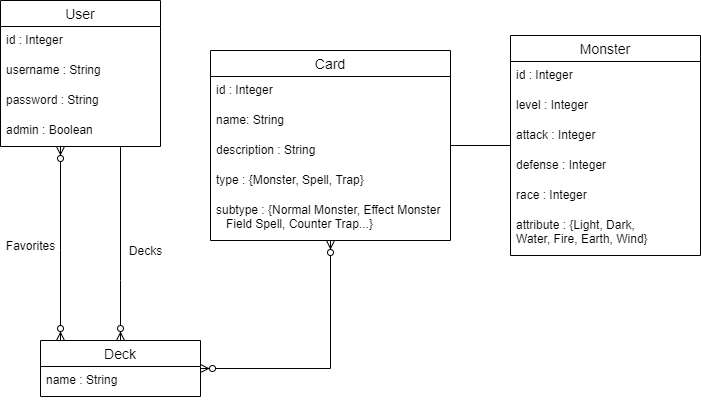
The draw.io diagram Osztalydiagram.png in HammerVivien/fullstack-web, before a commit. Source tidied: cells renumbered, new cells last; positions are measured from the earlier drawing's top-left corner, leaving out a move shared by most shapes. Source of this version:
```xml
<mxGraphModel>
  <root>
    <mxCell id="0" />
    <mxCell id="1" parent="0" />
    <mxCell id="2" style="edgeStyle=orthogonalEdgeStyle;rounded=0;jettySize=auto;html=1;startArrow=none;startFill=0;endArrow=ERzeroToMany;endFill=1;strokeWidth=1;" parent="1" edge="1" source="4" target="16">
      <mxGeometry relative="1" as="geometry">
        <Array as="points">
          <mxPoint x="120" y="280" />
          <mxPoint x="120" y="280" />
        </Array>
      </mxGeometry>
    </mxCell>
    <mxCell id="3" style="edgeStyle=orthogonalEdgeStyle;rounded=0;jettySize=auto;html=1;startArrow=ERzeroToMany;startFill=1;endArrow=ERzeroToMany;endFill=1;strokeWidth=1;" parent="1" edge="1" source="4" target="16">
      <mxGeometry relative="1" as="geometry">
        <Array as="points">
          <mxPoint x="60" y="250" />
          <mxPoint x="60" y="250" />
        </Array>
      </mxGeometry>
    </mxCell>
    <mxCell id="4" value="User" style="swimlane;fontStyle=0;horizontal=1;startSize=26;align=center;fontSize=14;" parent="1" vertex="1">
      <mxGeometry width="160" height="146" as="geometry" />
    </mxCell>
    <mxCell id="5" value="id : Integer" style="text;strokeColor=none;fillColor=none;spacingLeft=4;spacingRight=4;overflow=hidden;fontSize=12;" parent="4" vertex="1">
      <mxGeometry y="26" width="160" height="30" as="geometry" />
    </mxCell>
    <mxCell id="6" value="username : String" style="text;strokeColor=none;fillColor=none;spacingLeft=4;spacingRight=4;overflow=hidden;fontSize=12;" parent="4" vertex="1">
      <mxGeometry y="56" width="160" height="30" as="geometry" />
    </mxCell>
    <mxCell id="7" value="password : String" style="text;strokeColor=none;fillColor=none;spacingLeft=4;spacingRight=4;overflow=hidden;fontSize=12;" parent="4" vertex="1">
      <mxGeometry y="86" width="160" height="30" as="geometry" />
    </mxCell>
    <mxCell id="8" value="admin : Boolean" style="text;strokeColor=none;fillColor=none;spacingLeft=4;spacingRight=4;overflow=hidden;fontSize=12;" parent="4" vertex="1">
      <mxGeometry y="116" width="160" height="30" as="geometry" />
    </mxCell>
    <mxCell id="9" value="Card" style="swimlane;fontStyle=0;horizontal=1;startSize=26;align=center;fontSize=14;" parent="1" vertex="1">
      <mxGeometry x="210" y="50" width="240" height="190" as="geometry" />
    </mxCell>
    <mxCell id="10" value="id : Integer" style="text;strokeColor=none;fillColor=none;spacingLeft=4;spacingRight=4;overflow=hidden;fontSize=12;" parent="9" vertex="1">
      <mxGeometry y="26" width="240" height="30" as="geometry" />
    </mxCell>
    <mxCell id="11" value="name: String" style="text;strokeColor=none;fillColor=none;spacingLeft=4;spacingRight=4;overflow=hidden;fontSize=12;" parent="9" vertex="1">
      <mxGeometry y="56" width="240" height="30" as="geometry" />
    </mxCell>
    <mxCell id="12" value="description : String&#10;" style="text;strokeColor=none;fillColor=none;spacingLeft=4;spacingRight=4;overflow=hidden;fontSize=12;" parent="9" vertex="1">
      <mxGeometry y="86" width="240" height="30" as="geometry" />
    </mxCell>
    <mxCell id="13" value="type : {Monster, Spell, Trap}" style="text;strokeColor=none;fillColor=none;spacingLeft=4;spacingRight=4;overflow=hidden;fontSize=12;" parent="9" vertex="1">
      <mxGeometry y="116" width="240" height="30" as="geometry" />
    </mxCell>
    <mxCell id="14" value="subtype : {Normal Monster, Effect Monster&#10;   Field Spell, Counter Trap...}" style="text;strokeColor=none;fillColor=none;spacingLeft=4;spacingRight=4;overflow=hidden;fontSize=12;" parent="9" vertex="1">
      <mxGeometry y="146" width="240" height="44" as="geometry" />
    </mxCell>
    <mxCell id="15" style="edgeStyle=orthogonalEdgeStyle;rounded=0;jettySize=auto;html=1;endArrow=ERzeroToMany;endFill=1;strokeWidth=1;startArrow=ERzeroToMany;startFill=1;" parent="1" edge="1" source="16" target="9">
      <mxGeometry relative="1" as="geometry" />
    </mxCell>
    <mxCell id="16" value="Deck" style="swimlane;fontStyle=0;horizontal=1;startSize=26;align=center;fontSize=14;" parent="1" vertex="1">
      <mxGeometry x="40" y="340" width="160" height="56" as="geometry" />
    </mxCell>
    <mxCell id="17" value="name : String" style="text;strokeColor=none;fillColor=none;spacingLeft=4;spacingRight=4;overflow=hidden;fontSize=12;" parent="16" vertex="1">
      <mxGeometry y="26" width="160" height="30" as="geometry" />
    </mxCell>
    <mxCell id="18" style="edgeStyle=orthogonalEdgeStyle;rounded=0;jettySize=auto;html=1;endArrow=none;endFill=0;" parent="1" edge="1" source="19" target="9">
      <mxGeometry relative="1" as="geometry" />
    </mxCell>
    <mxCell id="19" value="Monster" style="swimlane;fontStyle=0;horizontal=1;startSize=26;align=center;fontSize=14;" parent="1" vertex="1">
      <mxGeometry x="510" y="35" width="190" height="220" as="geometry" />
    </mxCell>
    <mxCell id="20" value="id : Integer" style="text;strokeColor=none;fillColor=none;spacingLeft=4;spacingRight=4;overflow=hidden;fontSize=12;" parent="19" vertex="1">
      <mxGeometry y="26" width="190" height="30" as="geometry" />
    </mxCell>
    <mxCell id="21" value="level : Integer" style="text;strokeColor=none;fillColor=none;spacingLeft=4;spacingRight=4;overflow=hidden;fontSize=12;" parent="19" vertex="1">
      <mxGeometry y="56" width="190" height="30" as="geometry" />
    </mxCell>
    <mxCell id="22" value="attack : Integer" style="text;strokeColor=none;fillColor=none;spacingLeft=4;spacingRight=4;overflow=hidden;fontSize=12;" parent="19" vertex="1">
      <mxGeometry y="86" width="190" height="30" as="geometry" />
    </mxCell>
    <mxCell id="23" value="defense : Integer" style="text;strokeColor=none;fillColor=none;spacingLeft=4;spacingRight=4;overflow=hidden;fontSize=12;" parent="19" vertex="1">
      <mxGeometry y="116" width="190" height="30" as="geometry" />
    </mxCell>
    <mxCell id="24" value="race : Integer" style="text;strokeColor=none;fillColor=none;spacingLeft=4;spacingRight=4;overflow=hidden;fontSize=12;" parent="19" vertex="1">
      <mxGeometry y="146" width="190" height="30" as="geometry" />
    </mxCell>
    <mxCell id="25" value="attribute : {Light, Dark, &#10;Water, Fire, Earth, Wind}" style="text;strokeColor=none;fillColor=none;spacingLeft=4;spacingRight=4;overflow=hidden;fontSize=12;" parent="19" vertex="1">
      <mxGeometry y="176" width="190" height="44" as="geometry" />
    </mxCell>
    <mxCell id="26" value="Favorites" style="text;html=1;align=center;verticalAlign=middle;" parent="1" vertex="1">
      <mxGeometry y="235" width="60" height="20" as="geometry" />
    </mxCell>
    <mxCell id="27" value="Decks" style="text;html=1;align=center;verticalAlign=middle;" parent="1" vertex="1">
      <mxGeometry x="120" y="240" width="50" height="20" as="geometry" />
    </mxCell>
  </root>
</mxGraphModel>
```
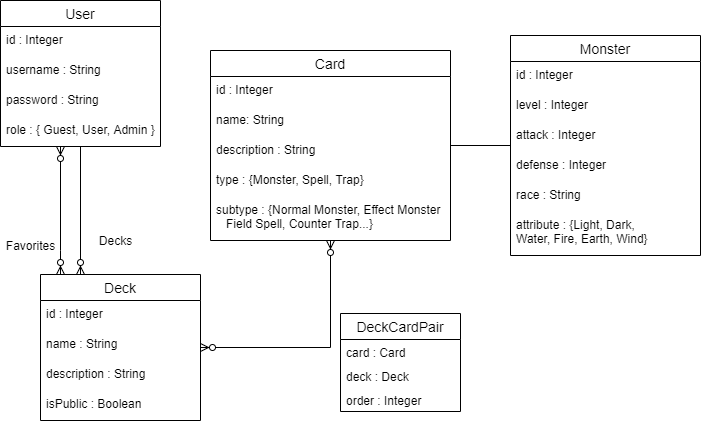
The same diagram one commit later.

Change to the diagram source:
```diff
@@ -30,7 +30,7 @@
     <mxCell id="7" value="password : String" style="text;strokeColor=none;fillColor=none;spacingLeft=4;spacingRight=4;overflow=hidden;fontSize=12;" parent="4" vertex="1">
       <mxGeometry y="86" width="160" height="30" as="geometry" />
     </mxCell>
-    <mxCell id="8" value="admin : Boolean" style="text;strokeColor=none;fillColor=none;spacingLeft=4;spacingRight=4;overflow=hidden;fontSize=12;" parent="4" vertex="1">
+    <mxCell id="8" value="role : { Guest, User, Admin }" style="text;strokeColor=none;fillColor=none;spacingLeft=4;spacingRight=4;overflow=hidden;fontSize=12;" parent="4" vertex="1">
       <mxGeometry y="116" width="160" height="30" as="geometry" />
     </mxCell>
     <mxCell id="9" value="Card" style="swimlane;fontStyle=0;horizontal=1;startSize=26;align=center;fontSize=14;" parent="1" vertex="1">
@@ -55,11 +55,20 @@
       <mxGeometry relative="1" as="geometry" />
     </mxCell>
     <mxCell id="16" value="Deck" style="swimlane;fontStyle=0;horizontal=1;startSize=26;align=center;fontSize=14;" parent="1" vertex="1">
-      <mxGeometry x="40" y="340" width="160" height="56" as="geometry" />
+      <mxGeometry x="40" y="274" width="160" height="146" as="geometry" />
     </mxCell>
+    <mxCell id="28" value="id : Integer" style="text;strokeColor=none;fillColor=none;spacingLeft=4;spacingRight=4;overflow=hidden;fontSize=12;" parent="16" vertex="1">
+      <mxGeometry y="26" width="160" height="30" as="geometry" />
+    </mxCell>
-    <mxCell id="17" value="name : String" style="text;strokeColor=none;fillColor=none;spacingLeft=4;spacingRight=4;overflow=hidden;fontSize=12;" parent="16" vertex="1">
-      <mxGeometry y="26" width="160" height="30" as="geometry" />
+    <mxCell id="17" value="name : String&#10;" style="text;strokeColor=none;fillColor=none;spacingLeft=4;spacingRight=4;overflow=hidden;fontSize=12;" parent="16" vertex="1">
+      <mxGeometry y="56" width="160" height="30" as="geometry" />
     </mxCell>
+    <mxCell id="29" value="description : String&#10;" style="text;strokeColor=none;fillColor=none;spacingLeft=4;spacingRight=4;overflow=hidden;fontSize=12;" parent="16" vertex="1">
+      <mxGeometry y="86" width="160" height="30" as="geometry" />
+    </mxCell>
+    <mxCell id="30" value="isPublic : Boolean&#10;" style="text;strokeColor=none;fillColor=none;spacingLeft=4;spacingRight=4;overflow=hidden;fontSize=12;" parent="16" vertex="1">
+      <mxGeometry y="116" width="160" height="30" as="geometry" />
+    </mxCell>
     <mxCell id="18" style="edgeStyle=orthogonalEdgeStyle;rounded=0;jettySize=auto;html=1;endArrow=none;endFill=0;" parent="1" edge="1" source="19" target="9">
       <mxGeometry relative="1" as="geometry" />
     </mxCell>
@@ -78,7 +87,7 @@
     <mxCell id="23" value="defense : Integer" style="text;strokeColor=none;fillColor=none;spacingLeft=4;spacingRight=4;overflow=hidden;fontSize=12;" parent="19" vertex="1">
       <mxGeometry y="116" width="190" height="30" as="geometry" />
     </mxCell>
-    <mxCell id="24" value="race : Integer" style="text;strokeColor=none;fillColor=none;spacingLeft=4;spacingRight=4;overflow=hidden;fontSize=12;" parent="19" vertex="1">
+    <mxCell id="24" value="race : String" style="text;strokeColor=none;fillColor=none;spacingLeft=4;spacingRight=4;overflow=hidden;fontSize=12;" parent="19" vertex="1">
       <mxGeometry y="146" width="190" height="30" as="geometry" />
     </mxCell>
     <mxCell id="25" value="attribute : {Light, Dark, &#10;Water, Fire, Earth, Wind}" style="text;strokeColor=none;fillColor=none;spacingLeft=4;spacingRight=4;overflow=hidden;fontSize=12;" parent="19" vertex="1">
@@ -88,7 +97,19 @@
       <mxGeometry y="235" width="60" height="20" as="geometry" />
     </mxCell>
     <mxCell id="27" value="Decks" style="text;html=1;align=center;verticalAlign=middle;" parent="1" vertex="1">
-      <mxGeometry x="120" y="240" width="50" height="20" as="geometry" />
+      <mxGeometry x="90" y="230" width="50" height="20" as="geometry" />
     </mxCell>
+    <mxCell id="31" value="DeckCardPair" style="swimlane;fontStyle=0;horizontal=1;startSize=26;align=center;fontSize=14;" parent="1" vertex="1">
+      <mxGeometry x="340" y="313" width="120" height="98" as="geometry" />
+    </mxCell>
+    <mxCell id="32" value="card : Card&#10;" style="text;strokeColor=none;fillColor=none;spacingLeft=4;spacingRight=4;overflow=hidden;fontSize=12;" parent="31" vertex="1">
+      <mxGeometry y="26" width="120" height="24" as="geometry" />
+    </mxCell>
+    <mxCell id="33" value="deck : Deck&#10;" style="text;strokeColor=none;fillColor=none;spacingLeft=4;spacingRight=4;overflow=hidden;fontSize=12;" parent="31" vertex="1">
+      <mxGeometry y="50" width="120" height="24" as="geometry" />
+    </mxCell>
+    <mxCell id="34" value="order : Integer" style="text;strokeColor=none;fillColor=none;spacingLeft=4;spacingRight=4;overflow=hidden;fontSize=12;" parent="31" vertex="1">
+      <mxGeometry y="74" width="120" height="24" as="geometry" />
+    </mxCell>
   </root>
 </mxGraphModel>
```
